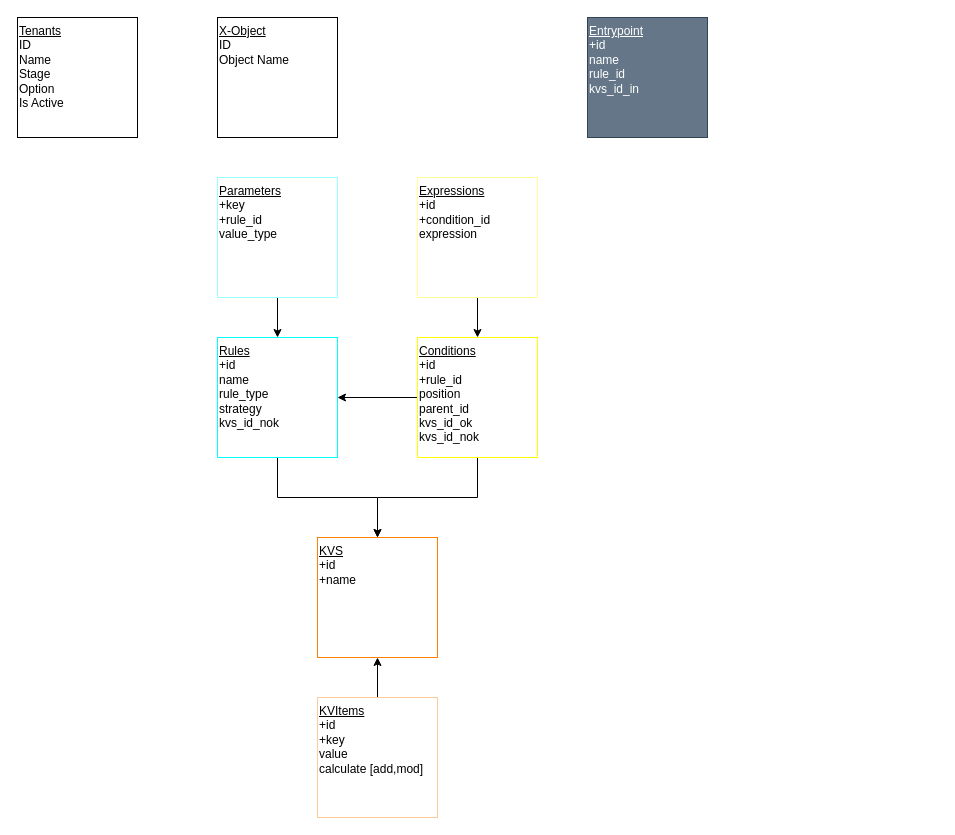
Above: page "Connections" (2 of 4) of NRule.drawio in edervzz/nrules (draw.io), before the change. Source tidied: cells renumbered, new cells numbered last; positions are measured from the earlier drawing's top-left corner, leaving out a move shared by most shapes. Both pictures are drawn from the tidied source at 100%, with x=0, y=0 at pixel (17, 17).
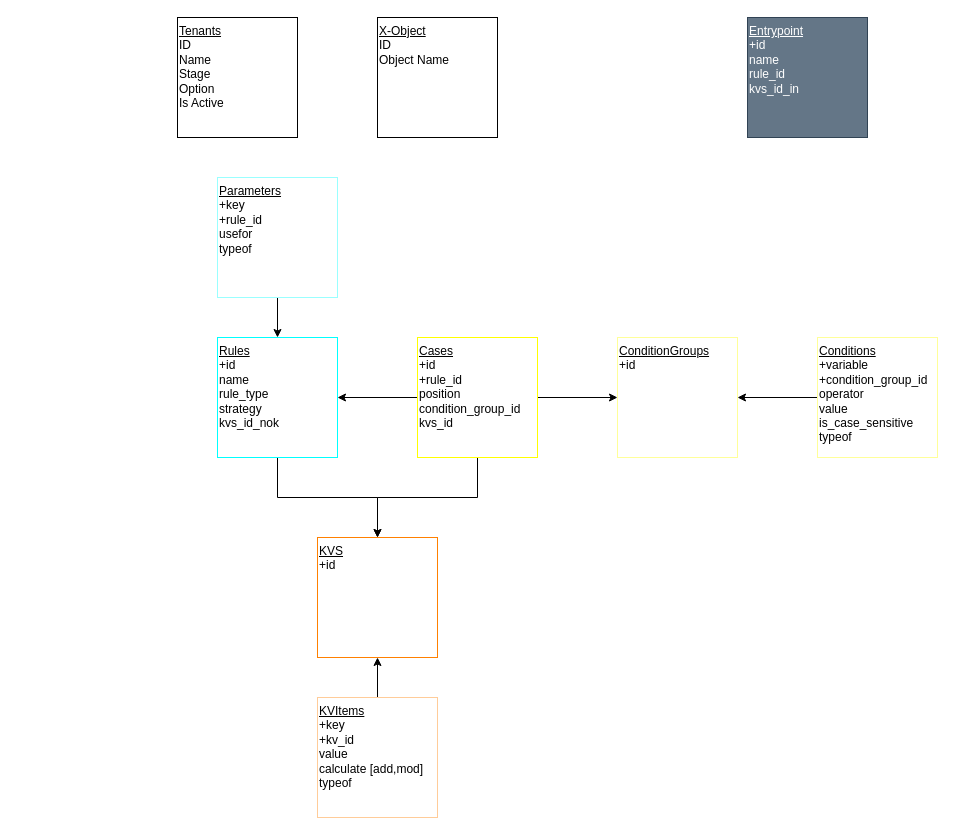
Above is the later version.

The change refers to these unchanged cells:
```xml
<mxCell id="8" value="&lt;span style=&quot;background-color: initial;&quot;&gt;&lt;u&gt;Rules&lt;/u&gt;&lt;/span&gt;&lt;span style=&quot;background-color: initial;&quot;&gt;&lt;br&gt;&lt;/span&gt;+id&lt;br&gt;name&lt;div&gt;rule_type&lt;/div&gt;&lt;div&gt;strategy&lt;br&gt;&lt;div&gt;&lt;div&gt;kvs_id_nok&lt;/div&gt;&lt;/div&gt;&lt;/div&gt;" style="rounded=0;whiteSpace=wrap;html=1;align=left;verticalAlign=top;strokeColor=#00FFFF;" parent="1" vertex="1">
  <mxGeometry x="200" y="320" width="120" height="120" as="geometry" />
</mxCell>
```

What changed in the source:
```diff
@@
     <mxCell id="2" value="&lt;u&gt;X-Object&lt;/u&gt;&lt;span style=&quot;background-color: initial;&quot;&gt;&lt;br&gt;ID&lt;/span&gt;&lt;br&gt;&lt;span style=&quot;background-color: initial;&quot;&gt;Object Name&lt;/span&gt;" style="rounded=0;whiteSpace=wrap;html=1;align=left;verticalAlign=top;" parent="1" vertex="1">
-      <mxGeometry x="200" width="120" height="120" as="geometry" />
+      <mxGeometry x="360" width="120" height="120" as="geometry" />
     </mxCell>
     <mxCell id="3" value="&lt;span style=&quot;background-color: initial;&quot;&gt;&lt;u&gt;Tenants&lt;/u&gt;&lt;/span&gt;&lt;span style=&quot;background-color: initial;&quot;&gt;&lt;br&gt;ID&lt;/span&gt;&lt;br&gt;&lt;span style=&quot;background-color: initial;&quot;&gt;Name&lt;/span&gt;&lt;div&gt;Stage&lt;br&gt;&lt;div&gt;&lt;span style=&quot;background-color: initial;&quot;&gt;Option&lt;/span&gt;&lt;/div&gt;&lt;/div&gt;&lt;div&gt;&lt;span style=&quot;background-color: initial;&quot;&gt;Is Active&lt;/span&gt;&lt;/div&gt;" style="rounded=0;whiteSpace=wrap;html=1;align=left;verticalAlign=top;" parent="1" vertex="1">
-      <mxGeometry width="120" height="120" as="geometry" />
+      <mxGeometry x="160" width="120" height="120" as="geometry" />
     </mxCell>
@@
+    <mxCell id="17" style="edgeStyle=orthogonalEdgeStyle;rounded=0;jettySize=auto;html=1;" parent="1" edge="1" source="6" target="19">
+      <mxGeometry relative="1" as="geometry" />
+    </mxCell>
-    <mxCell id="5" style="edgeStyle=orthogonalEdgeStyle;rounded=0;jettySize=auto;html=1;entryX=0.5;entryY=0;entryDx=0;entryDy=0;" parent="1" edge="1" source="6" target="12">
-      <mxGeometry relative="1" as="geometry">
-        <Array as="points">
-          <mxPoint x="460" y="480" />
-          <mxPoint x="360" y="480" />
-        </Array>
-      </mxGeometry>
+    <mxCell id="5" style="edgeStyle=orthogonalEdgeStyle;rounded=0;jettySize=auto;html=1;" parent="1" edge="1" source="6" target="12">
+      <mxGeometry relative="1" as="geometry" />
     </mxCell>
-    <mxCell id="6" value="&lt;span style=&quot;background-color: initial;&quot;&gt;&lt;u&gt;Conditions&lt;/u&gt;&lt;/span&gt;&lt;span style=&quot;background-color: initial;&quot;&gt;&lt;br&gt;&lt;/span&gt;+id&lt;br&gt;+rule_id&lt;br&gt;&lt;div&gt;&lt;/div&gt;position&lt;div&gt;parent_id&lt;br&gt;kvs_id_ok&lt;/div&gt;&lt;div&gt;kvs_id_nok&lt;br&gt;&lt;/div&gt;" style="rounded=0;whiteSpace=wrap;html=1;align=left;verticalAlign=top;strokeColor=#FFFF00;" parent="1" vertex="1">
+    <mxCell id="6" value="&lt;span style=&quot;background-color: initial;&quot;&gt;&lt;u&gt;Cases&lt;/u&gt;&lt;/span&gt;&lt;span style=&quot;background-color: initial;&quot;&gt;&lt;br&gt;&lt;/span&gt;+id&lt;br&gt;+rule_id&lt;br&gt;&lt;div&gt;&lt;/div&gt;position&lt;div&gt;condition_group_id&lt;/div&gt;&lt;div&gt;kvs_id&lt;/div&gt;" style="rounded=0;whiteSpace=wrap;html=1;align=left;verticalAlign=top;strokeColor=#FFFF00;" parent="1" vertex="1">
       <mxGeometry x="400" y="320" width="120" height="120" as="geometry" />
     </mxCell>
     <mxCell id="7" style="edgeStyle=orthogonalEdgeStyle;rounded=0;jettySize=auto;html=1;" parent="1" edge="1" source="8" target="12">
-      <mxGeometry relative="1" as="geometry">
-        <Array as="points">
-          <mxPoint x="260" y="480" />
-          <mxPoint x="360" y="480" />
-        </Array>
-      </mxGeometry>
+      <mxGeometry relative="1" as="geometry" />
     </mxCell>
@@
     <mxCell id="9" value="&lt;span style=&quot;background-color: initial;&quot;&gt;&lt;u&gt;Entrypoint&lt;/u&gt;&lt;/span&gt;&lt;span style=&quot;background-color: initial;&quot;&gt;&lt;br&gt;&lt;/span&gt;+id&lt;div&gt;name&lt;br&gt;&lt;div&gt;rule_id&lt;/div&gt;&lt;/div&gt;&lt;div&gt;kvs_id_in&lt;/div&gt;" style="rounded=0;whiteSpace=wrap;html=1;align=left;verticalAlign=top;fillColor=#647687;fontColor=#ffffff;strokeColor=#314354;" parent="1" vertex="1">
-      <mxGeometry x="570" width="120" height="120" as="geometry" />
+      <mxGeometry x="730" width="120" height="120" as="geometry" />
     </mxCell>
@@
-    <mxCell id="11" value="&lt;div&gt;&lt;span style=&quot;background-color: initial;&quot;&gt;&lt;u&gt;KVItems&lt;/u&gt;&lt;/span&gt;&lt;/div&gt;&lt;span style=&quot;background-color: initial;&quot;&gt;&lt;div&gt;&lt;span style=&quot;background-color: initial;&quot;&gt;+id&lt;/span&gt;&lt;/div&gt;&lt;/span&gt;&lt;span style=&quot;background-color: initial;&quot;&gt;+key&lt;/span&gt;&lt;div&gt;&lt;span style=&quot;background-color: initial;&quot;&gt;value&lt;/span&gt;&lt;/div&gt;&lt;div&gt;calculate [add,mod]&lt;/div&gt;" style="rounded=0;whiteSpace=wrap;html=1;align=left;verticalAlign=top;strokeColor=#FFCC99;" parent="1" vertex="1">
+    <mxCell id="11" value="&lt;div&gt;&lt;span style=&quot;background-color: initial;&quot;&gt;&lt;u&gt;KVItems&lt;/u&gt;&lt;/span&gt;&lt;/div&gt;&lt;span style=&quot;background-color: initial;&quot;&gt;+key&lt;/span&gt;&lt;div&gt;+kv_id&lt;br&gt;&lt;div&gt;&lt;span style=&quot;background-color: initial;&quot;&gt;value&lt;/span&gt;&lt;/div&gt;&lt;div&gt;calculate [add,mod]&lt;/div&gt;&lt;/div&gt;&lt;div&gt;typeof&lt;/div&gt;" style="rounded=0;whiteSpace=wrap;html=1;align=left;verticalAlign=top;strokeColor=#FFCC99;" parent="1" vertex="1">
       <mxGeometry x="300" y="680" width="120" height="120" as="geometry" />
     </mxCell>
-    <mxCell id="12" value="&lt;div&gt;&lt;span style=&quot;background-color: initial;&quot;&gt;&lt;u&gt;KVS&lt;/u&gt;&lt;/span&gt;&lt;/div&gt;&lt;span style=&quot;background-color: initial;&quot;&gt;&lt;div&gt;&lt;span style=&quot;background-color: initial;&quot;&gt;+id&lt;/span&gt;&lt;/div&gt;&lt;/span&gt;&lt;span style=&quot;background-color: initial;&quot;&gt;+name&lt;/span&gt;" style="rounded=0;whiteSpace=wrap;html=1;align=left;verticalAlign=top;strokeColor=#FF8000;" parent="1" vertex="1">
+    <mxCell id="12" value="&lt;div&gt;&lt;span style=&quot;background-color: initial;&quot;&gt;&lt;u&gt;KVS&lt;/u&gt;&lt;/span&gt;&lt;/div&gt;&lt;span style=&quot;background-color: initial;&quot;&gt;&lt;div&gt;&lt;span style=&quot;background-color: initial;&quot;&gt;+id&lt;/span&gt;&lt;/div&gt;&lt;/span&gt;" style="rounded=0;whiteSpace=wrap;html=1;align=left;verticalAlign=top;strokeColor=#FF8000;" parent="1" vertex="1">
       <mxGeometry x="300" y="520" width="120" height="120" as="geometry" />
     </mxCell>
-    <mxCell id="13" style="edgeStyle=orthogonalEdgeStyle;rounded=0;jettySize=auto;html=1;" parent="1" edge="1" source="14" target="6">
-      <mxGeometry relative="1" as="geometry" />
-    </mxCell>
+    <mxCell id="18" style="edgeStyle=orthogonalEdgeStyle;rounded=0;jettySize=auto;html=1;" parent="1" edge="1" source="14" target="19">
+      <mxGeometry relative="1" as="geometry" />
+    </mxCell>
-    <mxCell id="14" value="&lt;span style=&quot;background-color: initial;&quot;&gt;&lt;u&gt;Expressions&lt;/u&gt;&lt;/span&gt;&lt;span style=&quot;background-color: initial;&quot;&gt;&lt;br&gt;&lt;/span&gt;+id&lt;br&gt;&lt;div&gt;+condition_id&lt;br&gt;expression&lt;/div&gt;" style="rounded=0;whiteSpace=wrap;html=1;align=left;verticalAlign=top;strokeColor=#FFFF99;" parent="1" vertex="1">
-      <mxGeometry x="400" y="160" width="120" height="120" as="geometry" />
+    <mxCell id="14" value="&lt;span style=&quot;background-color: initial;&quot;&gt;&lt;u&gt;Conditions&lt;/u&gt;&lt;/span&gt;&lt;span style=&quot;background-color: initial;&quot;&gt;&lt;br&gt;&lt;/span&gt;&lt;div&gt;+variable&lt;br&gt;+condition_group_id&lt;/div&gt;&lt;div&gt;operator&lt;/div&gt;&lt;div&gt;value&lt;/div&gt;&lt;div&gt;is_case_sensitive&lt;/div&gt;&lt;div&gt;typeof&lt;/div&gt;" style="rounded=0;whiteSpace=wrap;html=1;align=left;verticalAlign=top;strokeColor=#FFFF99;" parent="1" vertex="1">
+      <mxGeometry x="800" y="320" width="120" height="120" as="geometry" />
     </mxCell>
@@
-    <mxCell id="16" value="&lt;u&gt;Parameters&lt;/u&gt;&lt;div&gt;+key&lt;/div&gt;&lt;div&gt;+rule_id&lt;/div&gt;&lt;div&gt;value_type&lt;/div&gt;" style="rounded=0;whiteSpace=wrap;html=1;align=left;verticalAlign=top;strokeColor=#99FFFF;" parent="1" vertex="1">
+    <mxCell id="16" value="&lt;u&gt;Parameters&lt;/u&gt;&lt;div&gt;+key&lt;/div&gt;&lt;div&gt;+rule_id&lt;/div&gt;&lt;div&gt;usefor&lt;/div&gt;&lt;div&gt;typeof&lt;/div&gt;" style="rounded=0;whiteSpace=wrap;html=1;align=left;verticalAlign=top;strokeColor=#99FFFF;" parent="1" vertex="1">
       <mxGeometry x="200" y="160" width="120" height="120" as="geometry" />
     </mxCell>
+    <mxCell id="19" value="&lt;span style=&quot;background-color: initial;&quot;&gt;&lt;u&gt;ConditionGroups&lt;/u&gt;&lt;/span&gt;&lt;span style=&quot;background-color: initial;&quot;&gt;&lt;br&gt;&lt;/span&gt;+id" style="rounded=0;whiteSpace=wrap;html=1;align=left;verticalAlign=top;strokeColor=#FFFF99;" parent="1" vertex="1">
+      <mxGeometry x="600" y="320" width="120" height="120" as="geometry" />
+    </mxCell>
```
